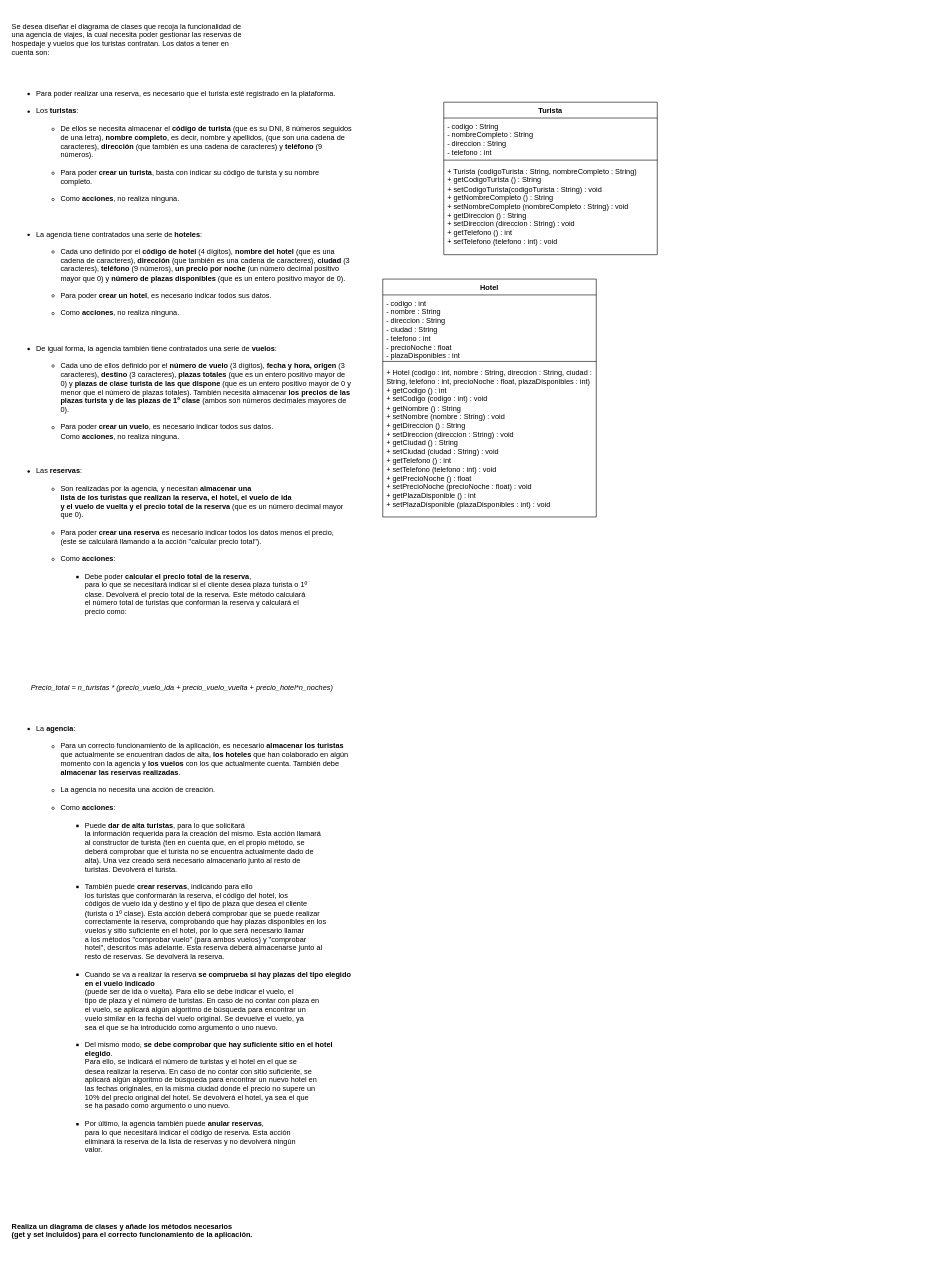
Before: page "Página-2" (2 of 2) of Entornos/Diagramas de clase.drawio in fersanzenrique-cell/learningCode, a draw.io diagram. Source tidied: cells renumbered, new cells numbered last; positions are measured from the earlier drawing's top-left corner, leaving out a move shared by most shapes. Both pictures are drawn from the tidied source at 61%, with x=0, y=0 at pixel (10, 10).
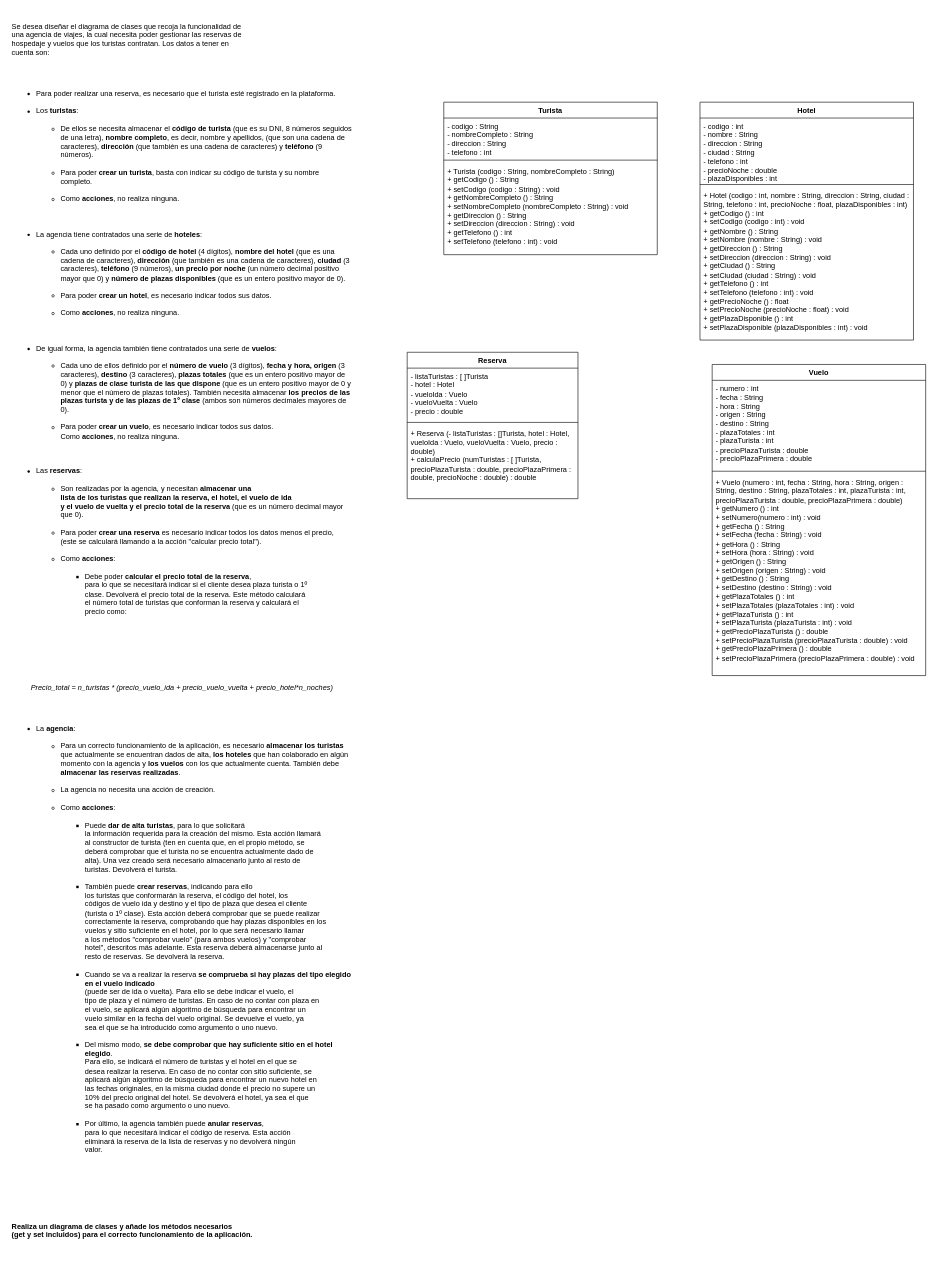
Above is the later version.

What changed in the source:
```diff
@@
 <mxGraphModel>
   <root>
     <mxCell id="0" />
     <mxCell id="1" parent="0" />
     <mxCell id="2" value="&lt;p&gt;Se desea diseñar el diagrama de clases que recoja la funcionalidad de&#10; una agencia de viajes, la cual necesita poder gestionar las reservas de&#10; hospedaje y vuelos que los turistas contratan. Los datos a tener en &#10;cuenta son:&lt;/p&gt;&#10;&lt;ul&gt;&#10;&lt;li&gt;Para poder realizar una reserva, es necesario que el turista esté registrado en la plataforma.&lt;/li&gt;&#10;&lt;li&gt;Los &lt;strong&gt;turistas&lt;/strong&gt;:&#10;&lt;ul&gt;&#10;&lt;li&gt;De ellos se necesita almacenar el &lt;strong&gt;código de turista&lt;/strong&gt; (que es su DNI, 8 números seguidos de una letra), &lt;strong&gt;nombre completo&lt;/strong&gt;, es decir, nombre y apellidos, (que son una cadena de caracteres), &lt;strong&gt;dirección &lt;/strong&gt;(que también es una cadena de caracteres) y &lt;strong&gt;teléfono &lt;/strong&gt;(9 números).&lt;/li&gt;&#10;&lt;li&gt;Para poder &lt;strong&gt;crear un turista&lt;/strong&gt;, basta con indicar su código de turista y su nombre completo.&lt;/li&gt;&#10;&lt;li&gt;Como &lt;strong&gt;acciones&lt;/strong&gt;, no realiza ninguna.&amp;nbsp;&lt;/li&gt;&#10;&lt;/ul&gt;&#10;&lt;/li&gt;&#10;&lt;li&gt;La agencia tiene contratados una serie de &lt;strong&gt;hoteles&lt;/strong&gt;:&#10;&lt;ul&gt;&#10;&lt;li&gt;Cada uno definido por el &lt;strong&gt;código de hotel &lt;/strong&gt;(4 dígitos), &lt;strong&gt;nombre del hotel&lt;/strong&gt; (que es una cadena de caracteres), &lt;strong&gt;dirección &lt;/strong&gt;(que también es una cadena de caracteres), &lt;strong&gt;ciudad &lt;/strong&gt;(3 caracteres), &lt;strong&gt;teléfono&lt;/strong&gt; (9 números), &lt;strong&gt;un precio por noche&lt;/strong&gt; (un número decimal positivo mayor que 0) y &lt;strong&gt;número de plazas disponibles &lt;/strong&gt;(que es un entero positivo mayor de 0).&lt;/li&gt;&#10;&lt;li&gt;Para poder&lt;strong&gt; crear un hotel&lt;/strong&gt;, es necesario indicar todos sus datos.&lt;/li&gt;&#10;&lt;li&gt;Como &lt;strong&gt;acciones&lt;/strong&gt;, no realiza ninguna.&amp;nbsp;&lt;/li&gt;&#10;&lt;/ul&gt;&#10;&lt;/li&gt;&#10;&lt;li&gt;De igual forma, la agencia también tiene contratados una serie de &lt;strong&gt;vuelos&lt;/strong&gt;:&#10;&lt;ul&gt;&#10;&lt;li&gt;Cada uno de ellos definido por el &lt;strong&gt;número de vuelo&lt;/strong&gt; (3 dígitos), &lt;strong&gt;fecha y hora, origen&lt;/strong&gt;&amp;nbsp;(3 caracteres), &lt;strong&gt;destino &lt;/strong&gt;(3 caracteres),&lt;strong&gt; plazas totales&lt;/strong&gt; (que es un entero positivo mayor de 0) y &lt;strong&gt;plazas de clase turista de las que dispone&lt;/strong&gt; (que es un entero positivo mayor de 0 y menor que el número de plazas totales). También necesita almacenar &lt;strong&gt;los precios de las plazas turista y de las plazas de 1º clase&lt;/strong&gt; (ambos son números decimales mayores de 0).&lt;/li&gt;&#10;&lt;li&gt;Para poder&lt;strong&gt; crear un vuelo&lt;/strong&gt;, es necesario indicar todos sus datos.&lt;br&gt;Como &lt;strong&gt;acciones&lt;/strong&gt;, no realiza ninguna.&amp;nbsp;&lt;/li&gt;&#10;&lt;/ul&gt;&#10;&lt;/li&gt;&#10;&lt;li&gt;Las &lt;strong&gt;reservas&lt;/strong&gt;:&amp;nbsp;&#10;&lt;ul&gt;&#10;&lt;li&gt;Son realizadas por la agencia, y necesitan &lt;strong&gt;almacenar una &#10;lista de los turistas que realizan la reserva, el hotel, el vuelo de ida&#10; y el vuelo de vuelta y el precio total de la reserva&lt;/strong&gt; (que es un número decimal mayor que 0).&lt;/li&gt;&#10;&lt;li&gt;Para poder &lt;strong&gt;crear una reserva&lt;/strong&gt; es necesario indicar todos los datos menos el precio, (este se calculará llamando a la acción &quot;calcular precio total&quot;).&amp;nbsp;&lt;/li&gt;&#10;&lt;li&gt;Como &lt;strong&gt;acciones&lt;/strong&gt;:&amp;nbsp;&#10;&lt;ul&gt;&#10;&lt;li&gt;Debe poder &lt;strong&gt;calcular el precio total de la reserva&lt;/strong&gt;, &#10;para lo que se necesitará indicar si el cliente desea plaza turista o 1º&#10; clase. Devolverá el precio total de la reserva. Este método calculará &#10;el número total de turistas que conforman la reserva y calculará el &#10;precio como:&amp;nbsp;&lt;/li&gt;&#10;&lt;/ul&gt;&#10;&lt;/li&gt;&#10;&lt;/ul&gt;&#10;&lt;/li&gt;&#10;&lt;/ul&gt;&#10;&lt;p style=&quot;text-align: center;&quot;&gt;&lt;em&gt;Precio_total = n_turistas * (precio_vuelo_ida + precio_vuelo_vuelta + precio_hotel*n_noches)&lt;/em&gt;&lt;/p&gt;&#10;&lt;ul&gt;&#10;&lt;li&gt;La&amp;nbsp;&lt;strong&gt;agencia&lt;/strong&gt;:&#10;&lt;ul&gt;&#10;&lt;li&gt;Para un correcto funcionamiento de la aplicación, es necesario &lt;strong&gt;almacenar los turistas&lt;/strong&gt; que actualmente se encuentran dados de alta, &lt;strong&gt;los hoteles&lt;/strong&gt; que han colaborado en algún momento con la agencia y &lt;strong&gt;los vuelos&lt;/strong&gt; con los que actualmente cuenta. También debe &lt;strong&gt;almacenar las reservas realizadas&lt;/strong&gt;.&amp;nbsp;&lt;/li&gt;&#10;&lt;li&gt;La agencia no necesita una acción de creación.&lt;/li&gt;&#10;&lt;li&gt;Como &lt;strong&gt;acciones&lt;/strong&gt;:&#10;&lt;ul&gt;&#10;&lt;li&gt;Puede &lt;strong&gt;dar de alta turistas&lt;/strong&gt;, para lo que solicitará &#10;la información requerida para la creación del mismo. Esta acción llamará&#10; al constructor de turista (ten en cuenta que, en el propio método, se &#10;deberá comprobar que el turista no se encuentra actualmente dado de &#10;alta). Una vez creado será necesario almacenarlo junto al resto de &#10;turistas. Devolverá el turista.&amp;nbsp;&lt;/li&gt;&#10;&lt;li&gt;También puede &lt;strong&gt;crear reservas&lt;/strong&gt;, indicando para ello &#10;los turistas que conformarán la reserva, el código del hotel, los &#10;códigos de vuelo ida y destino y el tipo de plaza que desea el cliente &#10;(turista o 1º clase). Esta acción deberá comprobar que se puede realizar&#10; correctamente la reserva, comprobando que hay plazas disponibles en los&#10; vuelos y sitio suficiente en el hotel, por lo que será necesario llamar&#10; a los métodos &quot;comprobar vuelo&quot; (para ambos vuelos) y &quot;comprobar &#10;hotel&quot;, descritos más adelante. Esta reserva deberá almacenarse junto al&#10; resto de reservas. Se devolverá la reserva.&amp;nbsp;&amp;nbsp;&lt;/li&gt;&#10;&lt;li&gt;Cuando se va a realizar la reserva &lt;strong&gt;se comprueba si hay plazas del tipo elegido en el vuelo indicado&lt;/strong&gt;&#10; (puede ser de ida o vuelta). Para ello se debe indicar el vuelo, el &#10;tipo de plaza y el número de turistas. En caso de no contar con plaza en&#10; el vuelo, se aplicará algún algoritmo de búsqueda para encontrar un &#10;vuelo similar en la fecha del vuelo original. Se devuelve el vuelo, ya &#10;sea el que se ha introducido como argumento o uno nuevo.&amp;nbsp;&lt;/li&gt;&#10;&lt;li&gt;Del mismo modo, &lt;strong&gt;se debe comprobar que hay suficiente sitio en el hotel elegido&lt;/strong&gt;.&#10; Para ello, se indicará el número de turistas y el hotel en el que se &#10;desea realizar la reserva. En caso de no contar con sitio suficiente, se&#10; aplicará algún algoritmo de búsqueda para encontrar un nuevo hotel en &#10;las fechas originales, en la misma ciudad donde el precio no supere un &#10;10% del precio original del hotel. Se devolverá el hotel, ya sea el que &#10;se ha pasado como argumento o uno nuevo.&amp;nbsp;&lt;/li&gt;&#10;&lt;li&gt;Por último, la agencia también puede &lt;strong&gt;anular reservas&lt;/strong&gt;,&#10; para lo que necesitará indicar el código de reserva. Esta acción &#10;eliminará la reserva de la lista de reservas y no devolverá ningún &#10;valor.&amp;nbsp;&lt;/li&gt;&#10;&lt;/ul&gt;&#10;&lt;/li&gt;&#10;&lt;/ul&gt;&#10;&lt;/li&gt;&#10;&lt;/ul&gt;&#10;&lt;p&gt;&lt;strong&gt;Realiza un diagrama de clases y añade los métodos necesarios &#10;(get y set incluidos) para el correcto funcionamiento de la aplicación.&lt;/strong&gt;&lt;/p&gt;" style="text;whiteSpace=wrap;html=1;" parent="1" vertex="1">
       <mxGeometry width="560" height="2070" as="geometry" />
     </mxCell>
     <mxCell id="3" value="Turista" style="swimlane;fontStyle=1;align=center;verticalAlign=top;horizontal=1;startSize=26;whiteSpace=wrap;html=1;" parent="1" vertex="1">
       <mxGeometry x="710" y="150" width="350" height="250" as="geometry" />
     </mxCell>
     <mxCell id="4" value="- codigo : String&lt;br&gt;- nombreCompleto : String&lt;br&gt;- direccion : String&lt;br&gt;- telefono : int" style="text;strokeColor=none;fillColor=none;align=left;verticalAlign=top;spacingLeft=4;spacingRight=4;overflow=hidden;whiteSpace=wrap;html=1;" parent="3" vertex="1">
       <mxGeometry y="26" width="350" height="64" as="geometry" />
     </mxCell>
     <mxCell id="5" style="line;strokeWidth=1;fillColor=none;align=left;verticalAlign=middle;spacingTop=-1;spacingLeft=3;spacingRight=3;labelPosition=right;strokeColor=inherit;" parent="3" vertex="1">
       <mxGeometry y="90" width="350" height="10" as="geometry" />
     </mxCell>
-    <mxCell id="6" value="+ Turista (codigoTurista : String, nombreCompleto : String)&lt;br&gt;+ getCodigoTurista () : String&lt;br&gt;+ setCodigoTurista(codigoTurista : String) : void&lt;br&gt;+ getNombreCompleto () : String&lt;br&gt;+ setNombreCompleto (nombreCompleto : String) : void&lt;br&gt;+ getDireccion () : String&lt;br&gt;+ setDireccion (direccion : String) : void&lt;br&gt;+ getTelefono () : int&lt;br&gt;+ setTelefono (telefono : int) : void" style="text;strokeColor=none;fillColor=none;align=left;verticalAlign=top;spacingLeft=4;spacingRight=4;overflow=hidden;whiteSpace=wrap;html=1;" parent="3" vertex="1">
+    <mxCell id="6" value="+ Turista (codigo : String, nombreCompleto : String)&lt;br&gt;+ getCodigo () : String&lt;br&gt;+ setCodigo (codigo : String) : void&lt;br&gt;+ getNombreCompleto () : String&lt;br&gt;+ setNombreCompleto (nombreCompleto : String) : void&lt;br&gt;+ getDireccion () : String&lt;br&gt;+ setDireccion (direccion : String) : void&lt;br&gt;+ getTelefono () : int&lt;br&gt;+ setTelefono (telefono : int) : void" style="text;strokeColor=none;fillColor=none;align=left;verticalAlign=top;spacingLeft=4;spacingRight=4;overflow=hidden;whiteSpace=wrap;html=1;" parent="3" vertex="1">
       <mxGeometry y="100" width="350" height="150" as="geometry" />
     </mxCell>
     <mxCell id="7" value="Hotel" style="swimlane;fontStyle=1;align=center;verticalAlign=top;horizontal=1;startSize=26;whiteSpace=wrap;html=1;" parent="1" vertex="1">
-      <mxGeometry x="610" y="440" width="350" height="390" as="geometry" />
+      <mxGeometry x="1130" y="150" width="350" height="390" as="geometry" />
     </mxCell>
-    <mxCell id="8" value="- codigo : int&lt;br&gt;- nombre : String&lt;br&gt;- direccion : String&lt;br&gt;- ciudad : String&lt;br&gt;- telefono : int&lt;br&gt;- precioNoche : float&lt;br&gt;- plazaDisponibles : int" style="text;strokeColor=none;fillColor=none;align=left;verticalAlign=top;spacingLeft=4;spacingRight=4;overflow=hidden;whiteSpace=wrap;html=1;" parent="7" vertex="1">
+    <mxCell id="8" value="- codigo : int&lt;br&gt;- nombre : String&lt;br&gt;- direccion : String&lt;br&gt;- ciudad : String&lt;br&gt;- telefono : int&lt;br&gt;- precioNoche : double&lt;br&gt;- plazaDisponibles : int" style="text;strokeColor=none;fillColor=none;align=left;verticalAlign=top;spacingLeft=4;spacingRight=4;overflow=hidden;whiteSpace=wrap;html=1;" parent="7" vertex="1">
       <mxGeometry y="26" width="350" height="104" as="geometry" />
     </mxCell>
     <mxCell id="9" style="line;strokeWidth=1;fillColor=none;align=left;verticalAlign=middle;spacingTop=-1;spacingLeft=3;spacingRight=3;labelPosition=right;strokeColor=inherit;" parent="7" vertex="1">
       <mxGeometry y="130" width="350" height="10" as="geometry" />
     </mxCell>
     <mxCell id="10" value="+ Hotel (codigo : int, nombre : String, direccion : String, ciudad : String, telefono : int, precioNoche : float, plazaDisponibles : int)&lt;br&gt;+ getCodigo () : int&lt;br&gt;+ setCodigo (codigo : int) : void&lt;br&gt;+ getNombre () : String&lt;br&gt;+ setNombre (nombre : String) : void&lt;br&gt;+ getDireccion () : String&lt;br&gt;+ setDireccion (direccion : String) : void&lt;br&gt;+ getCiudad () : String&lt;br&gt;+ setCiudad (ciudad : String) : void&lt;br&gt;+ getTelefono () : int&lt;br&gt;+ setTelefono (telefono : int) : void&lt;br&gt;+ getPrecioNoche () : float&lt;br&gt;+ setPrecioNoche (precioNoche : float) : void&lt;br&gt;+ getPlazaDisponible () : int&lt;br&gt;+ setPlazaDisponible (plazaDisponibles : int) : void" style="text;strokeColor=none;fillColor=none;align=left;verticalAlign=top;spacingLeft=4;spacingRight=4;overflow=hidden;whiteSpace=wrap;html=1;" parent="7" vertex="1">
       <mxGeometry y="140" width="350" height="250" as="geometry" />
     </mxCell>
+    <mxCell id="11" value="Vuelo" style="swimlane;fontStyle=1;align=center;verticalAlign=top;horizontal=1;startSize=26;whiteSpace=wrap;html=1;" parent="1" vertex="1">
+      <mxGeometry x="1150" y="580" width="350" height="510" as="geometry" />
+    </mxCell>
+    <mxCell id="12" value="- numero : int&lt;br&gt;- fecha : String&lt;br&gt;- hora : String&lt;br&gt;- origen : String&lt;br&gt;- destino : String&lt;br&gt;- plazaTotales : int&lt;br&gt;- plazaTurista : int&lt;br&gt;- precioPlazaTurista : double&lt;br&gt;- precioPlazaPrimera : double&amp;nbsp;" style="text;strokeColor=none;fillColor=none;align=left;verticalAlign=top;spacingLeft=4;spacingRight=4;overflow=hidden;whiteSpace=wrap;html=1;" parent="11" vertex="1">
+      <mxGeometry y="26" width="350" height="144" as="geometry" />
+    </mxCell>
+    <mxCell id="13" style="line;strokeWidth=1;fillColor=none;align=left;verticalAlign=middle;spacingTop=-1;spacingLeft=3;spacingRight=3;labelPosition=right;strokeColor=inherit;" parent="11" vertex="1">
+      <mxGeometry y="170" width="350" height="10" as="geometry" />
+    </mxCell>
+    <mxCell id="14" value="+ Vuelo (numero : int, fecha : String, hora : String, origen : String, destino : String, plazaTotales : int, plazaTurista : int, precioPlazaTurista : double, precioPlazaPrimera : double)&lt;br&gt;+ getNumero () : int&lt;br&gt;+ setNumero(numero : int) : void&lt;br&gt;+ getFecha () : String&lt;br&gt;+ setFecha (fecha : String) : void&lt;br&gt;+ getHora () : String&lt;br&gt;+ setHora (hora : String) : void&lt;br&gt;+ getOrigen () : String&lt;br&gt;+ setOrigen (origen : String) : void&lt;br&gt;+ getDestino () : String&lt;br&gt;+ setDestino (destino : String) : void&lt;br&gt;+ getPlazaTotales () : int&lt;br&gt;+ setPlazaTotales (plazaTotales : int) : void&lt;br&gt;+ getPlazaTurista () : int&lt;br&gt;+ setPlazaTurista (plazaTurista : int) : void&lt;br&gt;+ getPrecioPlazaTurista () : double&lt;br&gt;+ setPrecioPlazaTurista (precioPlazaTurista : double) : void&lt;br&gt;+ getPrecioPlazaPrimera () : double&lt;br style=&quot;border-color: var(--border-color);&quot;&gt;+ setPrecioPlazaPrimera (precioPlazaPrimera : double) : void" style="text;strokeColor=none;fillColor=none;align=left;verticalAlign=top;spacingLeft=4;spacingRight=4;overflow=hidden;whiteSpace=wrap;html=1;" parent="11" vertex="1">
+      <mxGeometry y="180" width="350" height="330" as="geometry" />
+    </mxCell>
+    <mxCell id="15" value="Reserva" style="swimlane;fontStyle=1;align=center;verticalAlign=top;horizontal=1;startSize=26;whiteSpace=wrap;html=1;" parent="1" vertex="1">
+      <mxGeometry x="650" y="560" width="280" height="240" as="geometry" />
+    </mxCell>
+    <mxCell id="16" value="- listaTuristas : [ ]Turista&lt;br&gt;- hotel : Hotel&lt;br&gt;- vueloIda : Vuelo&lt;br&gt;- vueloVuelta : Vuelo&lt;br&gt;- precio : double" style="text;strokeColor=none;fillColor=none;align=left;verticalAlign=top;spacingLeft=4;spacingRight=4;overflow=hidden;whiteSpace=wrap;html=1;" parent="15" vertex="1">
+      <mxGeometry y="26" width="280" height="84" as="geometry" />
+    </mxCell>
+    <mxCell id="17" style="line;strokeWidth=1;fillColor=none;align=left;verticalAlign=middle;spacingTop=-1;spacingLeft=3;spacingRight=3;labelPosition=right;strokeColor=inherit;" parent="15" vertex="1">
+      <mxGeometry y="110" width="280" height="10" as="geometry" />
+    </mxCell>
+    <mxCell id="18" value="+ Reserva (- listaTuristas : []Turista, hotel : Hotel, vueloIda : Vuelo, vueloVuelta : Vuelo, precio : double)&lt;br&gt;+ calculaPrecio (numTuristas : [ ]Turista, precioPlazaTurista : double, precioPlazaPrimera : double, precioNoche : double) : double" style="text;strokeColor=none;fillColor=none;align=left;verticalAlign=top;spacingLeft=4;spacingRight=4;overflow=hidden;whiteSpace=wrap;html=1;" parent="15" vertex="1">
+      <mxGeometry y="120" width="280" height="120" as="geometry" />
+    </mxCell>
   </root>
 </mxGraphModel>
```
